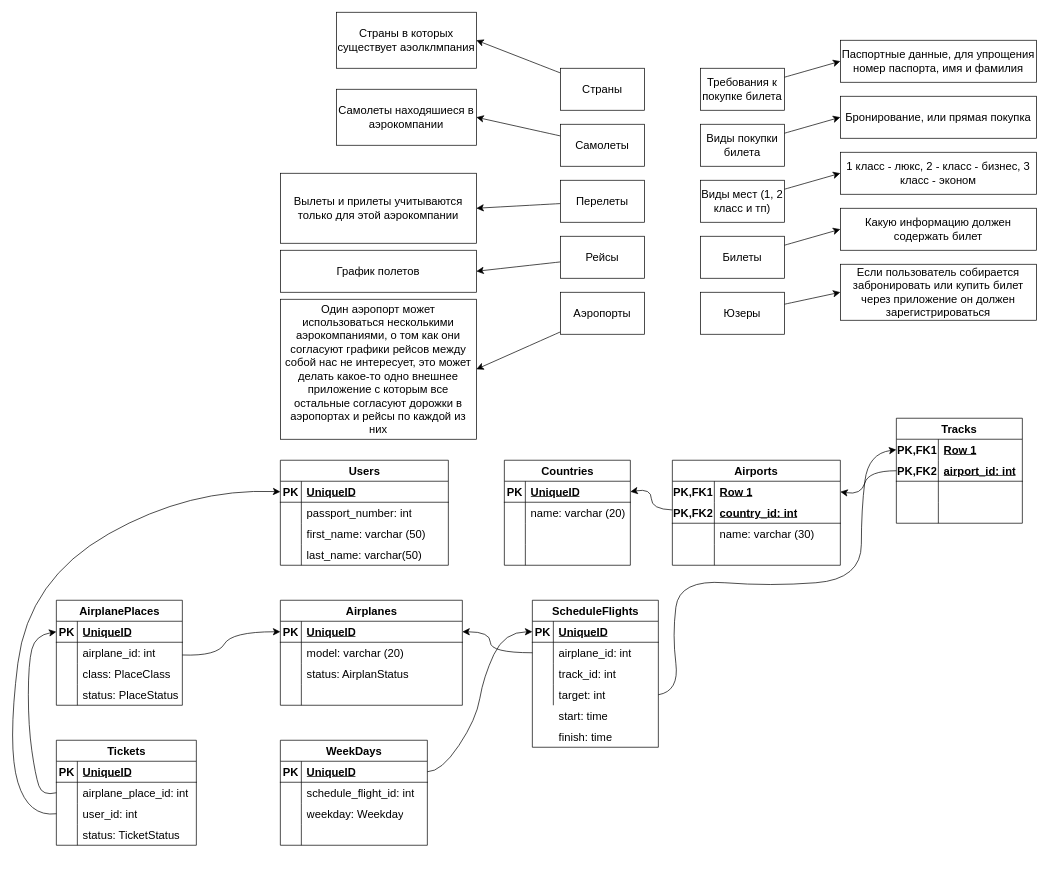
This is Aэрокомпания.drawio from KmvRoman/Diagrams, a draw.io file, before an edit. Source tidied: cells renumbered, new cells numbered last; positions are measured from the earlier drawing's top-left corner, leaving out a move shared by most shapes. Both pictures are drawn from the tidied source at 70%, with x=0, y=0 at pixel (7, 12).
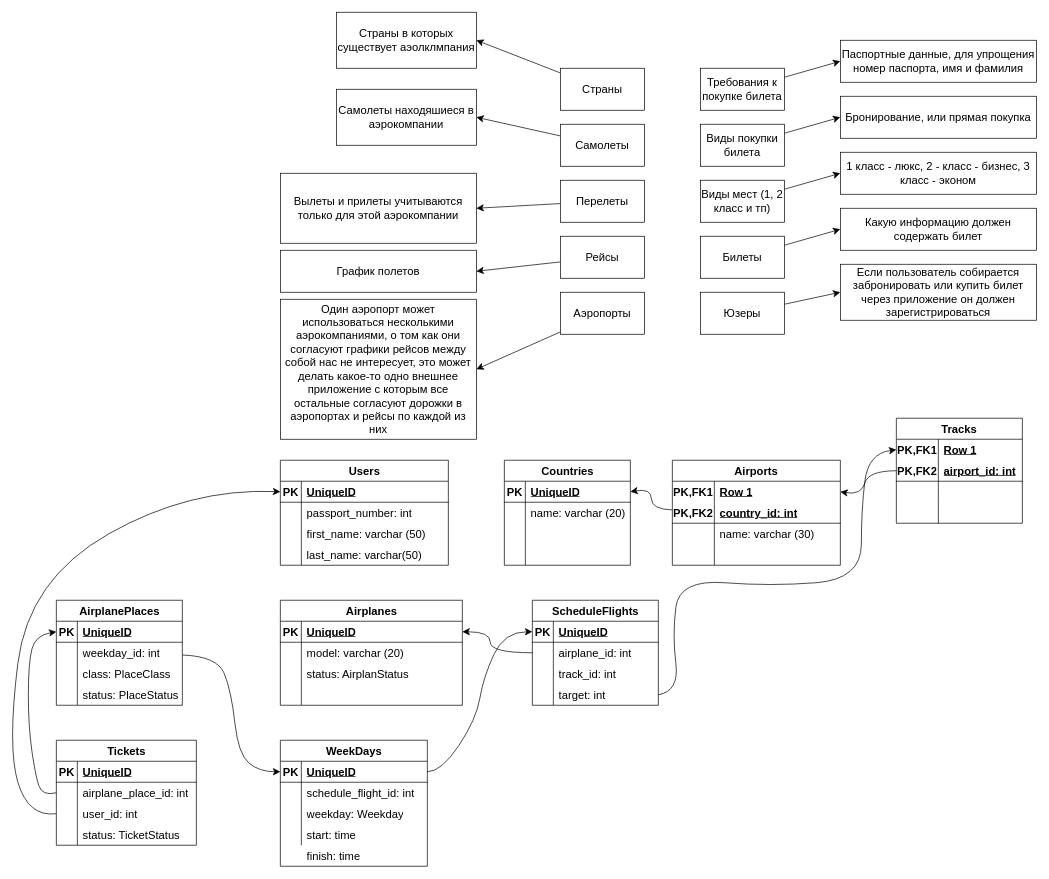
The same page after the edit.

The change refers to these unchanged cells:
```xml
<mxCell id="44" style="shape=tableRow;horizontal=0;startSize=0;swimlaneHead=0;swimlaneBody=0;fillColor=none;points=[[0,0.5],[1,0.5]];portConstraint=eastwest;top=0;left=0;right=0;bottom=1;fontSize=16;" parent="43" vertex="1">
  <mxGeometry y="30" width="260" height="30" as="geometry" />
</mxCell>
<mxCell id="117" style="shape=tableRow;horizontal=0;startSize=0;swimlaneHead=0;swimlaneBody=0;fillColor=none;points=[[0,0.5],[1,0.5]];portConstraint=eastwest;top=0;left=0;right=0;bottom=1;fontSize=16;" parent="116" vertex="1">
  <mxGeometry y="30" width="210" height="30" as="geometry" />
</mxCell>
<mxCell id="134" style="shape=tableRow;horizontal=0;startSize=0;swimlaneHead=0;swimlaneBody=0;fillColor=none;points=[[0,0.5],[1,0.5]];portConstraint=eastwest;top=0;left=0;right=0;bottom=0;fontSize=16;" parent="130" vertex="1">
  <mxGeometry y="60" width="180" height="30" as="geometry" />
</mxCell>
```

The edit, as a diff of the source:
```diff
@@
     <mxCell id="98" value="ScheduleFlights" style="shape=table;startSize=30;childLayout=tableLayout;rowLines=0;fontStyle=1;align=center;html=1;fontSize=16;" parent="1" vertex="1">
-      <mxGeometry x="750" y="840" width="180" height="210" as="geometry" />
+      <mxGeometry x="750" y="840" width="180" height="150" as="geometry" />
     </mxCell>
@@
-    <mxCell id="113" value="start: time" style="shape=partialRectangle;fillColor=none;top=0;left=0;bottom=0;right=0;align=left;spacingLeft=6;overflow=hidden;whiteSpace=wrap;html=1;fontSize=16;" parent="1" vertex="1">
-      <mxGeometry x="780" y="990" width="150" height="30" as="geometry" />
-    </mxCell>
-    <mxCell id="114" value="finish: time" style="shape=partialRectangle;fillColor=none;top=0;left=0;bottom=0;right=0;align=left;spacingLeft=6;overflow=hidden;whiteSpace=wrap;html=1;fontSize=16;" parent="1" vertex="1">
-      <mxGeometry x="780" y="1020" width="150" height="30" as="geometry" />
-    </mxCell>
@@
     <mxCell id="116" value="WeekDays" style="shape=table;startSize=30;childLayout=tableLayout;rowLines=0;fontStyle=1;align=center;html=1;fontSize=16;" parent="1" vertex="1">
-      <mxGeometry x="390" y="1040" width="210" height="150" as="geometry" />
+      <mxGeometry x="390" y="1040" width="210" height="180" as="geometry" />
     </mxCell>
@@
-    <mxCell id="136" value="airplane_id: int" style="shape=partialRectangle;fillColor=none;top=0;left=0;bottom=0;right=0;align=left;spacingLeft=6;overflow=hidden;whiteSpace=wrap;html=1;fontSize=16;" parent="134" vertex="1">
+    <mxCell id="136" value="weekday_id: int" style="shape=partialRectangle;fillColor=none;top=0;left=0;bottom=0;right=0;align=left;spacingLeft=6;overflow=hidden;whiteSpace=wrap;html=1;fontSize=16;" parent="134" vertex="1">
       <mxGeometry x="30" width="150" height="30" as="geometry" />
     </mxCell>
@@
-    <mxCell id="143" style="edgeStyle=none;curved=1;rounded=0;jettySize=auto;html=1;entryX=0;entryY=0.5;entryDx=0;entryDy=0;fontSize=12;startSize=8;endSize=8;" parent="1" edge="1" source="134" target="44">
+    <mxCell id="143" style="edgeStyle=none;curved=1;rounded=0;jettySize=auto;html=1;entryX=0;entryY=0.5;entryDx=0;entryDy=0;fontSize=12;startSize=8;endSize=8;" parent="1" edge="1" source="134" target="117">
       <mxGeometry relative="1" as="geometry">
         <Array as="points">
           <mxPoint x="300" y="920" />
-          <mxPoint x="320" y="885" />
+          <mxPoint x="320" y="970" />
+          <mxPoint x="330" y="1060" />
+          <mxPoint x="360" y="1085" />
         </Array>
       </mxGeometry>
     </mxCell>
@@
+    <mxCell id="113" value="start: time" style="shape=partialRectangle;fillColor=none;top=0;left=0;bottom=0;right=0;align=left;spacingLeft=6;overflow=hidden;whiteSpace=wrap;html=1;fontSize=16;" parent="1" vertex="1">
+      <mxGeometry x="420" y="1160" width="180" height="30" as="geometry" />
+    </mxCell>
+    <mxCell id="114" value="finish: time" style="shape=partialRectangle;fillColor=none;top=0;left=0;bottom=0;right=0;align=left;spacingLeft=6;overflow=hidden;whiteSpace=wrap;html=1;fontSize=16;" parent="1" vertex="1">
+      <mxGeometry x="420" y="1190" width="180" height="30" as="geometry" />
+    </mxCell>
```
